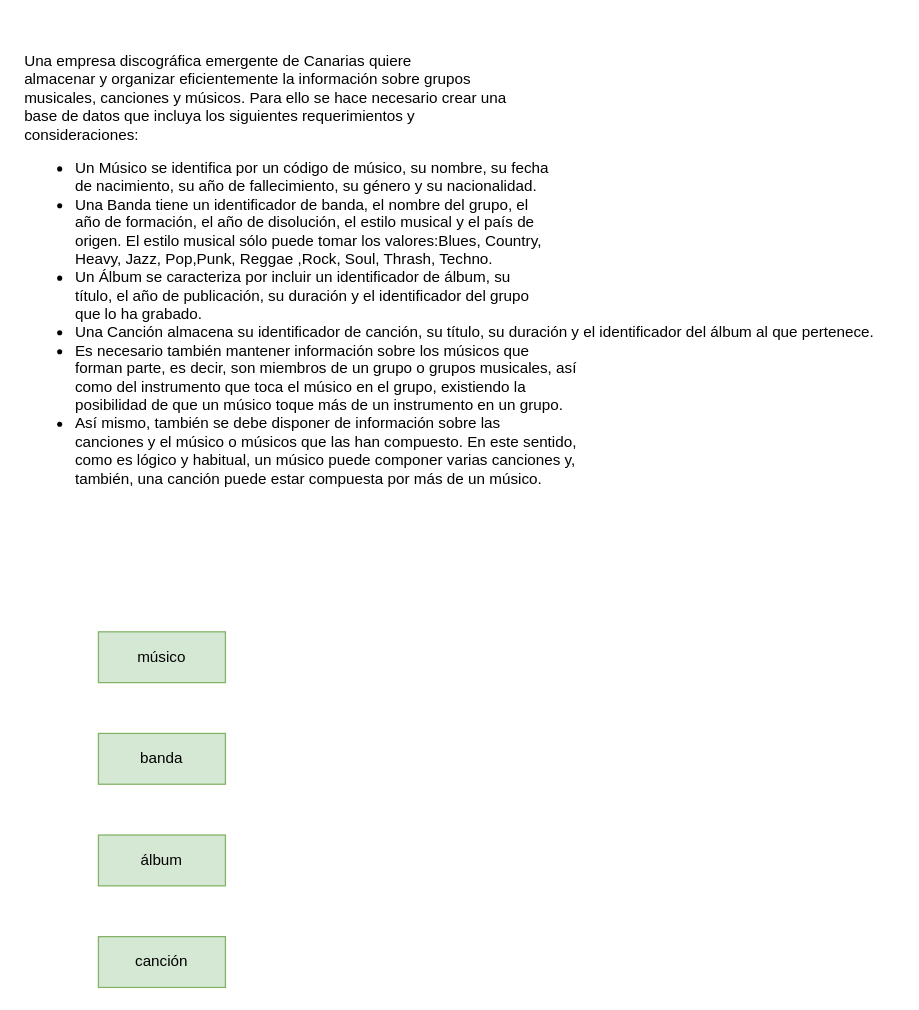
The draw.io diagram page "Paso 1" (1 of 4) of Tareas/Tema 2/Tarea 11/Ejercicio11.drawio in JCarlosAR032/base-de-datos, before the edit. Source tidied: cells renumbered, new cells numbered last; positions are measured from the earlier drawing's top-left corner, leaving out a move shared by most shapes. Both pictures are drawn from the tidied source at 127%, with x=0, y=0 at pixel (22, 22).
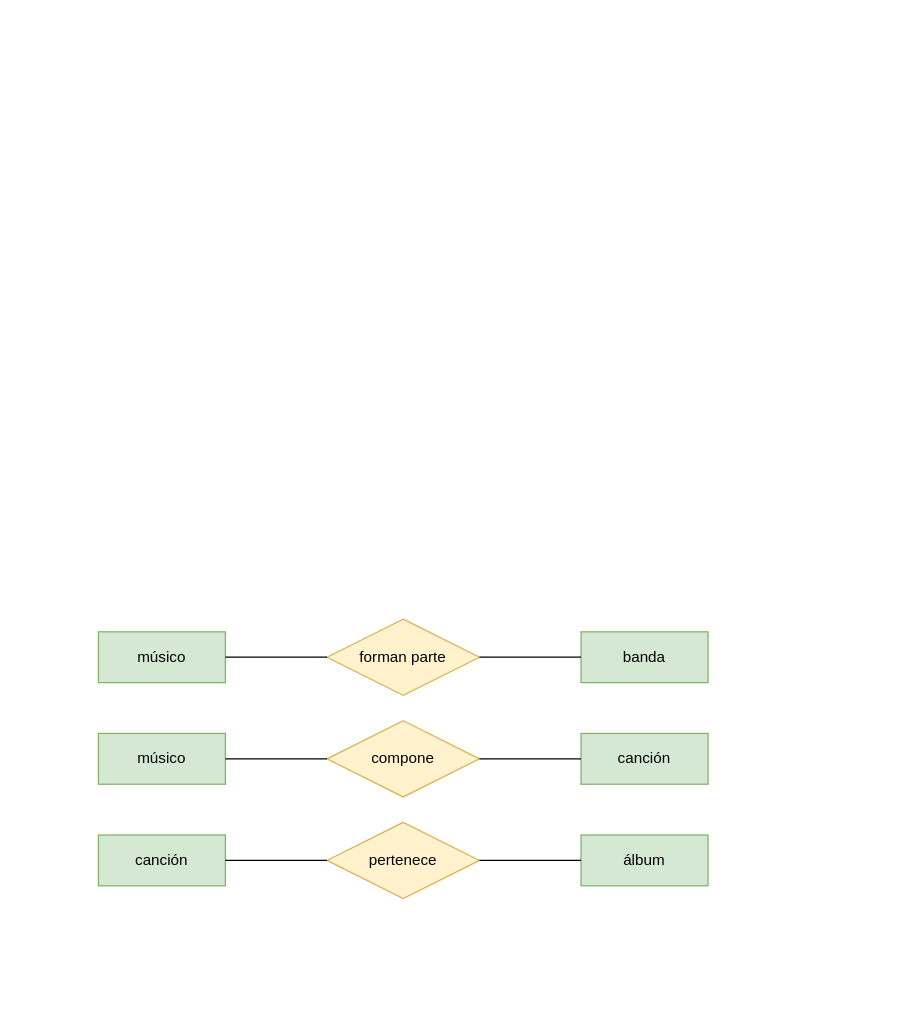
After the change.

The edit, as a diff of the source:
```diff
@@
 <mxGraphModel>
   <root>
     <mxCell id="0" />
     <mxCell id="1" parent="0" />
-    <mxCell id="2" value="&lt;p dir=&quot;auto&quot;&gt;Una empresa discográfica emergente de Canarias quiere &lt;br&gt;almacenar y organizar eficientemente la información sobre grupos &lt;br&gt;musicales, canciones y músicos. Para ello se hace necesario crear una &lt;br&gt;base de datos que incluya los siguientes requerimientos y &lt;br&gt;consideraciones:&lt;/p&gt;&lt;ul dir=&quot;auto&quot;&gt;&lt;li&gt;Un Músico se identifica por un código de músico, su nombre, su fecha&lt;br&gt; de nacimiento, su año de fallecimiento, su género y su nacionalidad.&lt;/li&gt;&lt;li&gt;Una Banda tiene un identificador de banda, el nombre del grupo, el &lt;br&gt;año de formación, el año de disolución, el estilo musical y el país de &lt;br&gt;origen. El estilo musical sólo puede tomar los valores:Blues, Country, &lt;br&gt;Heavy, Jazz, Pop,Punk, Reggae ,Rock, Soul, Thrash, Techno.&lt;/li&gt;&lt;li&gt;Un Álbum se caracteriza por incluir un identificador de álbum, su &lt;br&gt;título, el año de publicación, su duración y el identificador del grupo &lt;br&gt;que lo ha grabado.&lt;/li&gt;&lt;li&gt;Una Canción almacena su identificador de canción, su título, su duración y el identificador del álbum al que pertenece.&lt;/li&gt;&lt;li&gt;Es necesario también mantener información sobre los músicos que &lt;br&gt;forman parte, es decir, son miembros de un grupo o grupos musicales, así&lt;br&gt; como del instrumento que toca el músico en el grupo, existiendo la &lt;br&gt;posibilidad de que un músico toque más de un instrumento en un grupo.&lt;/li&gt;&lt;li&gt;Así mismo, también se debe disponer de información sobre las &lt;br&gt;canciones y el músico o músicos que las han compuesto. En este sentido, &lt;br&gt;como es lógico y habitual, un músico puede componer varias canciones y, &lt;br&gt;también, una canción puede estar compuesta por más de un músico.&lt;/li&gt;&lt;/ul&gt;" style="text;html=1;align=left;verticalAlign=middle;strokeColor=none;fillColor=none;" parent="1" vertex="1">
-      <mxGeometry width="690" height="390" as="geometry" />
-    </mxCell>
     <mxCell id="3" value="músico" style="whiteSpace=wrap;html=1;align=center;fillColor=#d5e8d4;strokeColor=#82b366;" parent="1" vertex="1">
       <mxGeometry x="60" y="480" width="100" height="40" as="geometry" />
     </mxCell>
-    <mxCell id="4" value="banda" style="whiteSpace=wrap;html=1;align=center;fillColor=#d5e8d4;strokeColor=#82b366;" parent="1" vertex="1">
-      <mxGeometry x="60" y="560" width="100" height="40" as="geometry" />
-    </mxCell>
     <mxCell id="5" value="álbum" style="whiteSpace=wrap;html=1;align=center;fillColor=#d5e8d4;strokeColor=#82b366;" parent="1" vertex="1">
-      <mxGeometry x="60" y="640" width="100" height="40" as="geometry" />
+      <mxGeometry x="440" y="640" width="100" height="40" as="geometry" />
     </mxCell>
     <mxCell id="6" value="canción" style="whiteSpace=wrap;html=1;align=center;fillColor=#d5e8d4;strokeColor=#82b366;" parent="1" vertex="1">
-      <mxGeometry x="60" y="720" width="100" height="40" as="geometry" />
+      <mxGeometry x="440" y="560" width="100" height="40" as="geometry" />
     </mxCell>
+    <mxCell id="7" value="forman parte" style="shape=rhombus;perimeter=rhombusPerimeter;whiteSpace=wrap;html=1;align=center;fillColor=#fff2cc;strokeColor=#d6b656;" parent="1" vertex="1">
+      <mxGeometry x="240" y="470" width="120" height="60" as="geometry" />
+    </mxCell>
+    <mxCell id="4" value="banda" style="whiteSpace=wrap;html=1;align=center;fillColor=#d5e8d4;strokeColor=#82b366;" parent="1" vertex="1">
+      <mxGeometry x="440" y="480" width="100" height="40" as="geometry" />
+    </mxCell>
+    <mxCell id="8" style="endArrow=none;html=1;rounded=0;exitX=1;exitY=0.5;exitDx=0;exitDy=0;entryX=0;entryY=0.5;entryDx=0;entryDy=0;" parent="1" edge="1" source="3" target="7">
+      <mxGeometry relative="1" as="geometry" />
+    </mxCell>
+    <mxCell id="9" style="endArrow=none;html=1;rounded=0;exitX=1;exitY=0.5;exitDx=0;exitDy=0;entryX=0;entryY=0.5;entryDx=0;entryDy=0;" parent="1" edge="1" source="7" target="4">
+      <mxGeometry relative="1" as="geometry" />
+    </mxCell>
+    <mxCell id="10" value="músico" style="whiteSpace=wrap;html=1;align=center;fillColor=#d5e8d4;strokeColor=#82b366;" parent="1" vertex="1">
+      <mxGeometry x="60" y="560" width="100" height="40" as="geometry" />
+    </mxCell>
+    <mxCell id="11" value="compone" style="shape=rhombus;perimeter=rhombusPerimeter;whiteSpace=wrap;html=1;align=center;fillColor=#fff2cc;strokeColor=#d6b656;" parent="1" vertex="1">
+      <mxGeometry x="240" y="550" width="120" height="60" as="geometry" />
+    </mxCell>
+    <mxCell id="12" style="endArrow=none;html=1;rounded=0;exitX=1;exitY=0.5;exitDx=0;exitDy=0;entryX=0;entryY=0.5;entryDx=0;entryDy=0;" parent="1" edge="1" source="10" target="11">
+      <mxGeometry relative="1" as="geometry" />
+    </mxCell>
+    <mxCell id="13" style="endArrow=none;html=1;rounded=0;entryX=0;entryY=0.5;entryDx=0;entryDy=0;exitX=1;exitY=0.5;exitDx=0;exitDy=0;" parent="1" edge="1" source="11" target="6">
+      <mxGeometry relative="1" as="geometry" />
+    </mxCell>
+    <mxCell id="14" value="canción" style="whiteSpace=wrap;html=1;align=center;fillColor=#d5e8d4;strokeColor=#82b366;" parent="1" vertex="1">
+      <mxGeometry x="60" y="640" width="100" height="40" as="geometry" />
+    </mxCell>
+    <mxCell id="15" value="pertenece" style="shape=rhombus;perimeter=rhombusPerimeter;whiteSpace=wrap;html=1;align=center;fillColor=#fff2cc;strokeColor=#d6b656;" parent="1" vertex="1">
+      <mxGeometry x="240" y="630" width="120" height="60" as="geometry" />
+    </mxCell>
+    <mxCell id="16" style="endArrow=none;html=1;rounded=0;exitX=1;exitY=0.5;exitDx=0;exitDy=0;entryX=0;entryY=0.5;entryDx=0;entryDy=0;" parent="1" edge="1" source="15" target="5">
+      <mxGeometry relative="1" as="geometry" />
+    </mxCell>
+    <mxCell id="17" style="endArrow=none;html=1;rounded=0;exitX=1;exitY=0.5;exitDx=0;exitDy=0;entryX=0;entryY=0.5;entryDx=0;entryDy=0;" parent="1" edge="1" source="14" target="15">
+      <mxGeometry relative="1" as="geometry" />
+    </mxCell>
   </root>
 </mxGraphModel>
```
